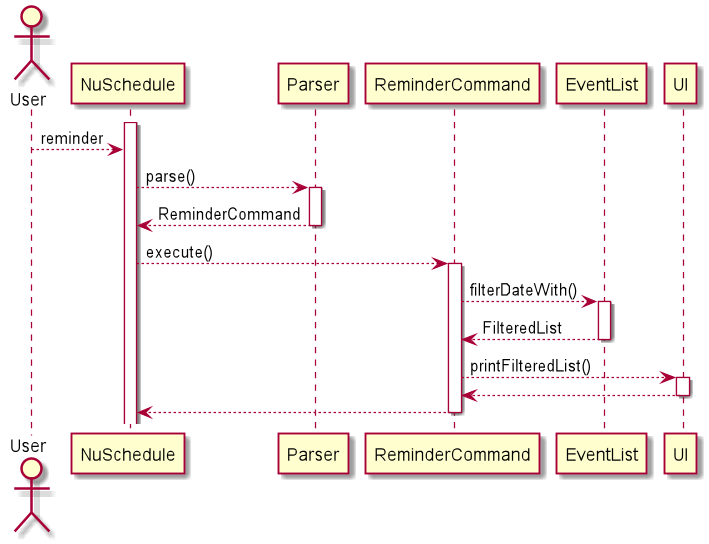
nus-cs2113-AY2021S1/tp keeps this PlantUML diagram as docs/diagrams/ReminderCommand.png. Above is the earlier version. The source it was exported from:
```plantuml
@startuml
actor User
activate NuSchedule

User --> NuSchedule : reminder
NuSchedule --> Parser ++ : parse()
Parser --> NuSchedule -- : ReminderCommand
NuSchedule --> ReminderCommand ++ : execute()
ReminderCommand --> EventList ++ : filterDateWith()
EventList --> ReminderCommand -- : FilteredList
ReminderCommand --> UI ++ : printFilteredList()
UI --> ReminderCommand --
ReminderCommand --> NuSchedule --
@enduml
```
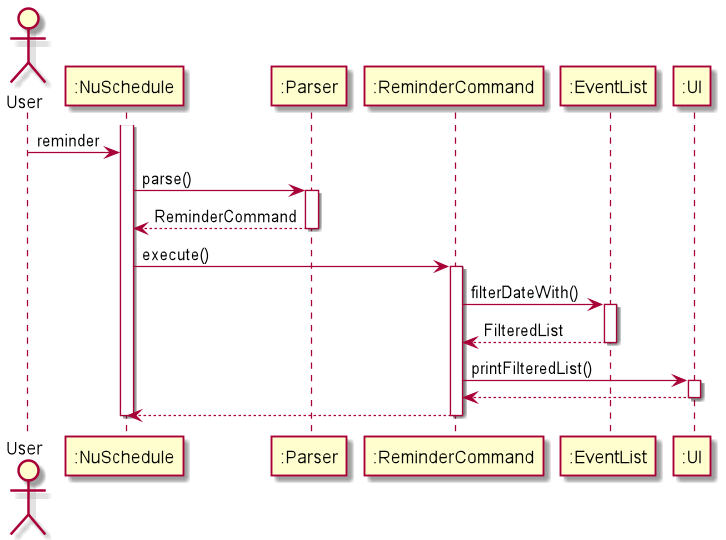
After the change.

The edit, as a diff of the source:
```diff
@@ -1,14 +1,16 @@
 @startuml
 actor User
-activate NuSchedule
+activate ":NuSchedule"
 
-User --> NuSchedule : reminder
-NuSchedule --> Parser ++ : parse()
-Parser --> NuSchedule -- : ReminderCommand
-NuSchedule --> ReminderCommand ++ : execute()
-ReminderCommand --> EventList ++ : filterDateWith()
-EventList --> ReminderCommand -- : FilteredList
-ReminderCommand --> UI ++ : printFilteredList()
-UI --> ReminderCommand --
-ReminderCommand --> NuSchedule --
+User -> ":NuSchedule" : reminder
+":NuSchedule" -> ":Parser" ++ : parse()
+":Parser" --> ":NuSchedule" -- : ReminderCommand
+":NuSchedule" -> ":ReminderCommand" ++ : execute()
+":ReminderCommand" -> ":EventList" ++ : filterDateWith()
+":EventList" --> ":ReminderCommand" -- : FilteredList
+":ReminderCommand" -> ":UI" ++ : printFilteredList()
+":UI" --> ":ReminderCommand" --
+":ReminderCommand" --> ":NuSchedule" --
+
+deactivate ":NuSchedule"
 @enduml
```
